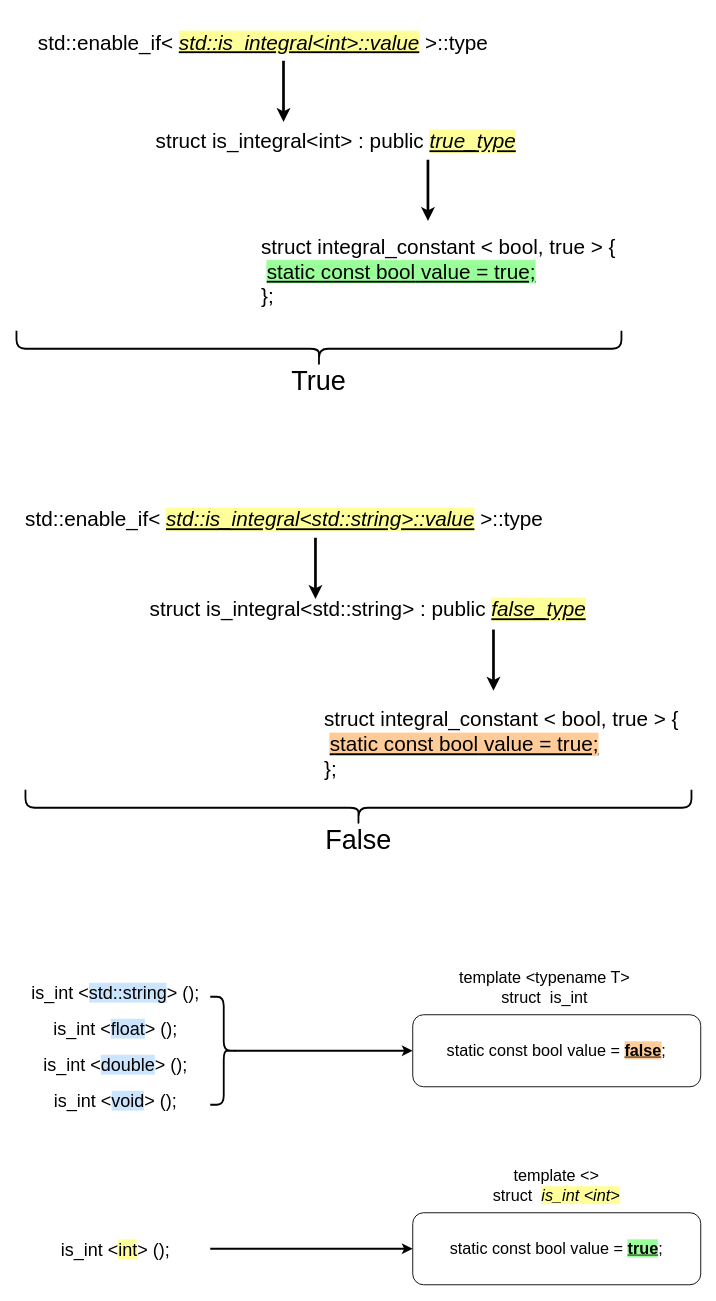
The draw.io diagram page "enable_if" (13 of 13) of ft_containers.drawio in khk811/ft_containers, before the edit. Source tidied: cells renumbered, new cells numbered last; positions are measured from the earlier drawing's top-left corner, leaving out a move shared by most shapes. Both pictures are drawn from the tidied source at 90%, with x=0, y=0 at pixel (16, 15).
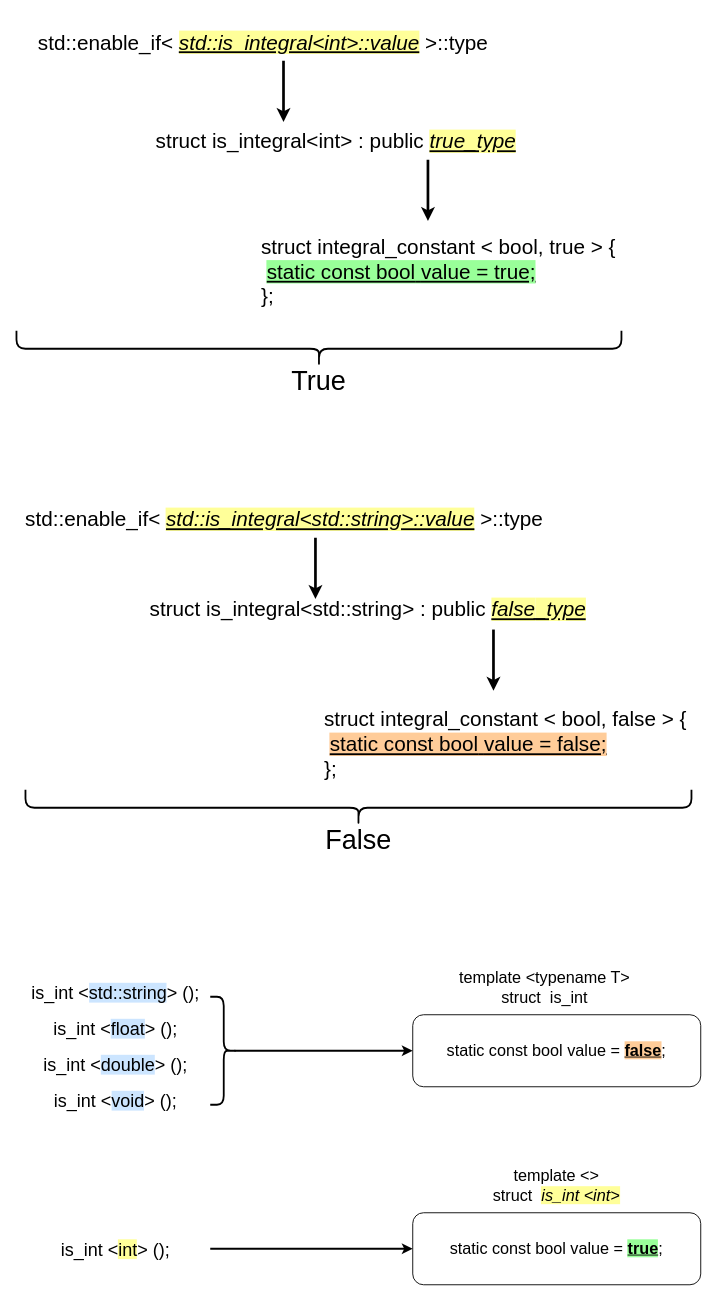
The same page after the edit.

What changed in the source:
```diff
@@
-    <mxCell id="7" value="struct integral_constant &amp;lt; bool, true &amp;gt; {&lt;br style=&quot;font-size: 23px;&quot;&gt;&lt;span style=&quot;white-space: pre; font-size: 23px;&quot;&gt; &lt;/span&gt;&lt;u style=&quot;background-color: rgb(255, 204, 153); font-size: 23px;&quot;&gt;static const bool&lt;span style=&quot;white-space: pre; font-size: 23px;&quot;&gt; &lt;/span&gt;value = true;&lt;/u&gt;&lt;br style=&quot;font-size: 23px;&quot;&gt;&lt;div style=&quot;font-size: 23px;&quot;&gt;&lt;span style=&quot;background-color: initial; font-size: 23px;&quot;&gt;};&lt;/span&gt;&lt;/div&gt;" style="text;strokeColor=none;align=left;fillColor=none;html=1;verticalAlign=middle;whiteSpace=wrap;rounded=0;fontSize=23;" parent="1" vertex="1">
+    <mxCell id="7" value="struct integral_constant &amp;lt; bool, false &amp;gt; {&lt;br style=&quot;font-size: 23px;&quot;&gt;&lt;span style=&quot;white-space: pre; font-size: 23px;&quot;&gt; &lt;/span&gt;&lt;u style=&quot;background-color: rgb(255, 204, 153); font-size: 23px;&quot;&gt;static const bool&lt;span style=&quot;white-space: pre; font-size: 23px;&quot;&gt; &lt;/span&gt;value = false;&lt;/u&gt;&lt;br style=&quot;font-size: 23px;&quot;&gt;&lt;div style=&quot;font-size: 23px;&quot;&gt;&lt;span style=&quot;background-color: initial; font-size: 23px;&quot;&gt;};&lt;/span&gt;&lt;/div&gt;" style="text;strokeColor=none;align=left;fillColor=none;html=1;verticalAlign=middle;whiteSpace=wrap;rounded=0;fontSize=23;" parent="1" vertex="1">
       <mxGeometry x="339.8" y="750" width="410" height="120" as="geometry" />
     </mxCell>
```
